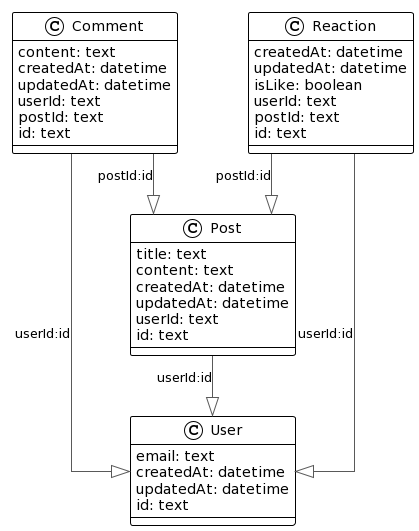
Before: database.png, a diagram exported from PlantUML (StevenSermeus/eco-backend). Its source is kept beside it as database.plantuml.
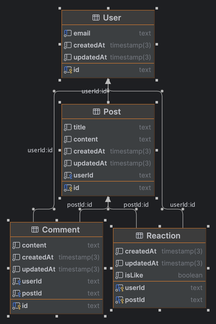
Above is the later version.

Commit message:
Adjustement of database schema

Diff of the diagram source:
```diff
@@ -1,4 +1,4 @@
-@startuml
+@startuml eco-backend
 
 !theme plain
 top to bottom direction
@@ -6,8 +6,8 @@
 
 class Comment {
    content: text
-   createdAt: datetime
-   updatedAt: datetime
+   createdAt: timestamp(3)
+   updatedAt: timestamp(3)
    userId: text
    postId: text
    id: text
@@ -15,23 +15,22 @@
 class Post {
    title: text
    content: text
-   createdAt: datetime
-   updatedAt: datetime
+   createdAt: timestamp(3)
+   updatedAt: timestamp(3)
    userId: text
    id: text
 }
 class Reaction {
-   createdAt: datetime
-   updatedAt: datetime
+   createdAt: timestamp(3)
+   updatedAt: timestamp(3)
    isLike: boolean
    userId: text
    postId: text
-   id: text
 }
 class User {
    email: text
-   createdAt: datetime
-   updatedAt: datetime
+   createdAt: timestamp(3)
+   updatedAt: timestamp(3)
    id: text
 }
 
```
